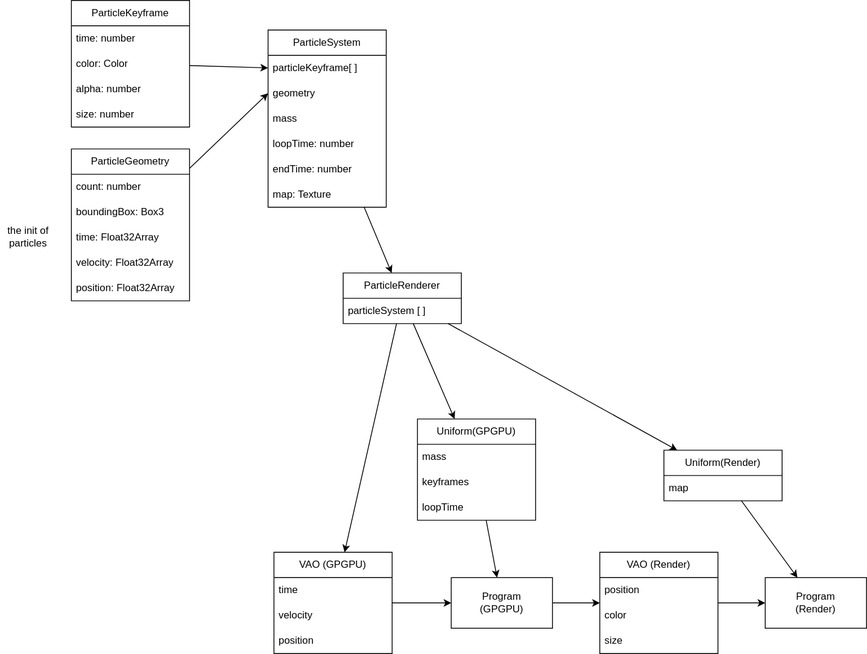
Earlier version of the draw.io export 3dEngine/renderer/modules/ParticlesRendererModules/particleSystem.drawio.svg (Pyomp/js-lib). Source tidied: cells renumbered, new cells last; positions are measured from the earlier drawing's top-left corner, leaving out a move shared by most shapes.
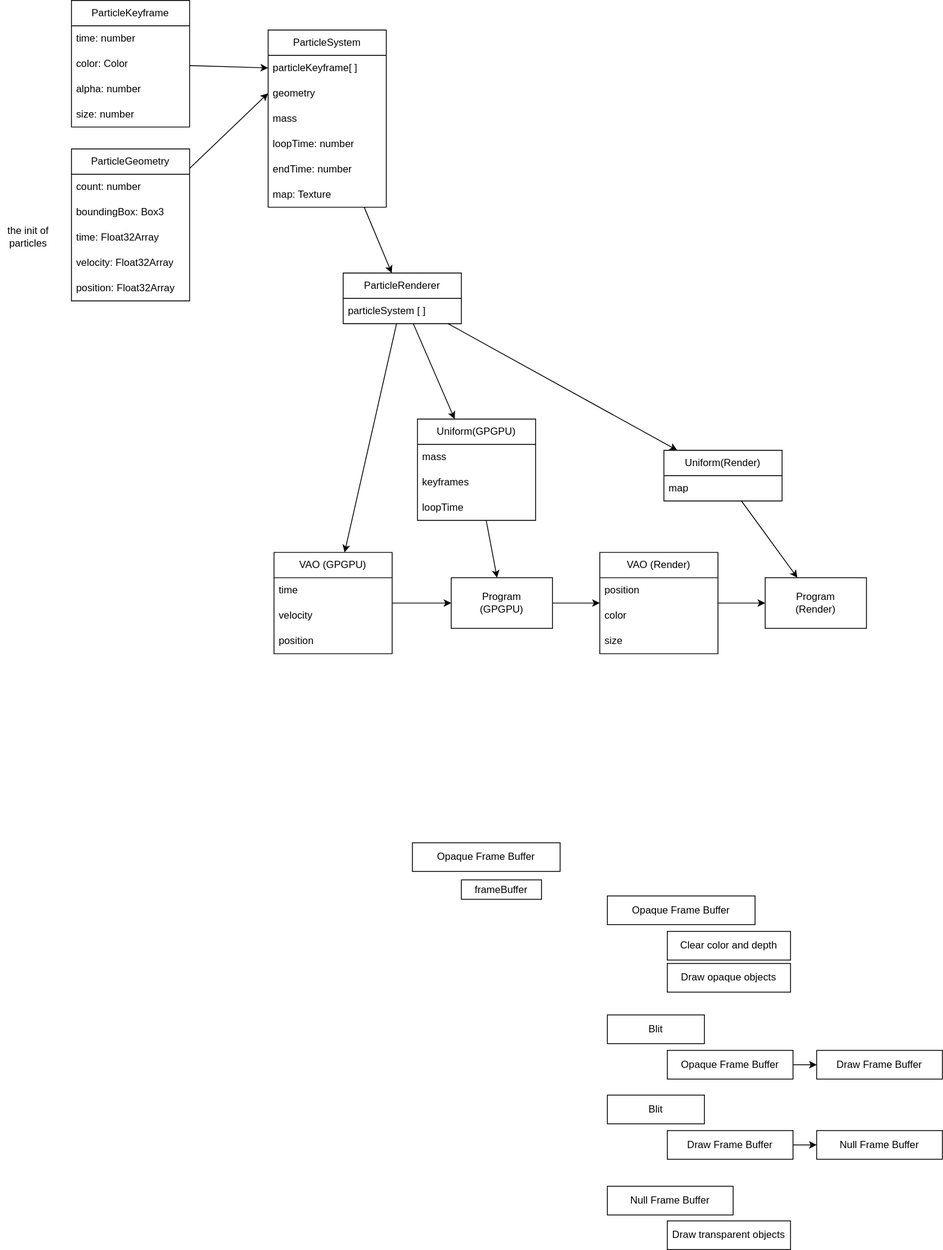
The same file after the commit.

The edit, as a diff of the source:
```diff
@@ -146,5 +146,50 @@
     <mxCell id="49" value="particleSystem [ ]" style="text;strokeColor=none;fillColor=none;align=left;verticalAlign=middle;spacingLeft=4;spacingRight=4;overflow=hidden;whiteSpace=wrap;html=1;" parent="48" vertex="1">
       <mxGeometry y="30" width="140" height="30" as="geometry" />
     </mxCell>
+    <mxCell id="50" value="Opaque Frame Buffer" style="rounded=0;whiteSpace=wrap;html=1;" parent="1" vertex="1">
+      <mxGeometry x="719" y="1061" width="175" height="34" as="geometry" />
+    </mxCell>
+    <mxCell id="51" value="Clear color and depth" style="rounded=0;whiteSpace=wrap;html=1;" parent="1" vertex="1">
+      <mxGeometry x="790" y="1103" width="146" height="34" as="geometry" />
+    </mxCell>
+    <mxCell id="52" value="Draw opaque objects" style="rounded=0;whiteSpace=wrap;html=1;" parent="1" vertex="1">
+      <mxGeometry x="790" y="1141" width="146" height="34" as="geometry" />
+    </mxCell>
+    <mxCell id="53" value="Blit" style="rounded=0;whiteSpace=wrap;html=1;" parent="1" vertex="1">
+      <mxGeometry x="719" y="1202" width="115" height="34" as="geometry" />
+    </mxCell>
+    <mxCell id="54" style="edgeStyle=none;html=1;" parent="1" edge="1" source="55" target="56">
+      <mxGeometry relative="1" as="geometry" />
+    </mxCell>
+    <mxCell id="55" value="Opaque Frame Buffer" style="rounded=0;whiteSpace=wrap;html=1;" parent="1" vertex="1">
+      <mxGeometry x="790" y="1244" width="149" height="34" as="geometry" />
+    </mxCell>
+    <mxCell id="56" value="Draw Frame Buffer" style="rounded=0;whiteSpace=wrap;html=1;" parent="1" vertex="1">
+      <mxGeometry x="967" y="1244" width="149" height="34" as="geometry" />
+    </mxCell>
+    <mxCell id="57" value="Blit" style="rounded=0;whiteSpace=wrap;html=1;" parent="1" vertex="1">
+      <mxGeometry x="719" y="1297" width="115" height="34" as="geometry" />
+    </mxCell>
+    <mxCell id="58" style="edgeStyle=none;html=1;" parent="1" edge="1" source="59" target="60">
+      <mxGeometry relative="1" as="geometry" />
+    </mxCell>
+    <mxCell id="59" value="Draw Frame Buffer" style="rounded=0;whiteSpace=wrap;html=1;" parent="1" vertex="1">
+      <mxGeometry x="790" y="1339" width="149" height="34" as="geometry" />
+    </mxCell>
+    <mxCell id="60" value="Null Frame Buffer" style="rounded=0;whiteSpace=wrap;html=1;" parent="1" vertex="1">
+      <mxGeometry x="967" y="1339" width="149" height="34" as="geometry" />
+    </mxCell>
+    <mxCell id="61" value="Null Frame Buffer" style="rounded=0;whiteSpace=wrap;html=1;" parent="1" vertex="1">
+      <mxGeometry x="719" y="1405" width="149" height="34" as="geometry" />
+    </mxCell>
+    <mxCell id="62" value="Draw transparent objects" style="rounded=0;whiteSpace=wrap;html=1;" parent="1" vertex="1">
+      <mxGeometry x="790" y="1446" width="146" height="34" as="geometry" />
+    </mxCell>
+    <mxCell id="63" value="Opaque Frame Buffer" style="rounded=0;whiteSpace=wrap;html=1;" parent="1" vertex="1">
+      <mxGeometry x="488" y="998" width="175" height="34" as="geometry" />
+    </mxCell>
+    <mxCell id="64" value="frameBuffer" style="rounded=0;whiteSpace=wrap;html=1;" parent="1" vertex="1">
+      <mxGeometry x="546" y="1042" width="95" height="23" as="geometry" />
+    </mxCell>
   </root>
 </mxGraphModel>
```
